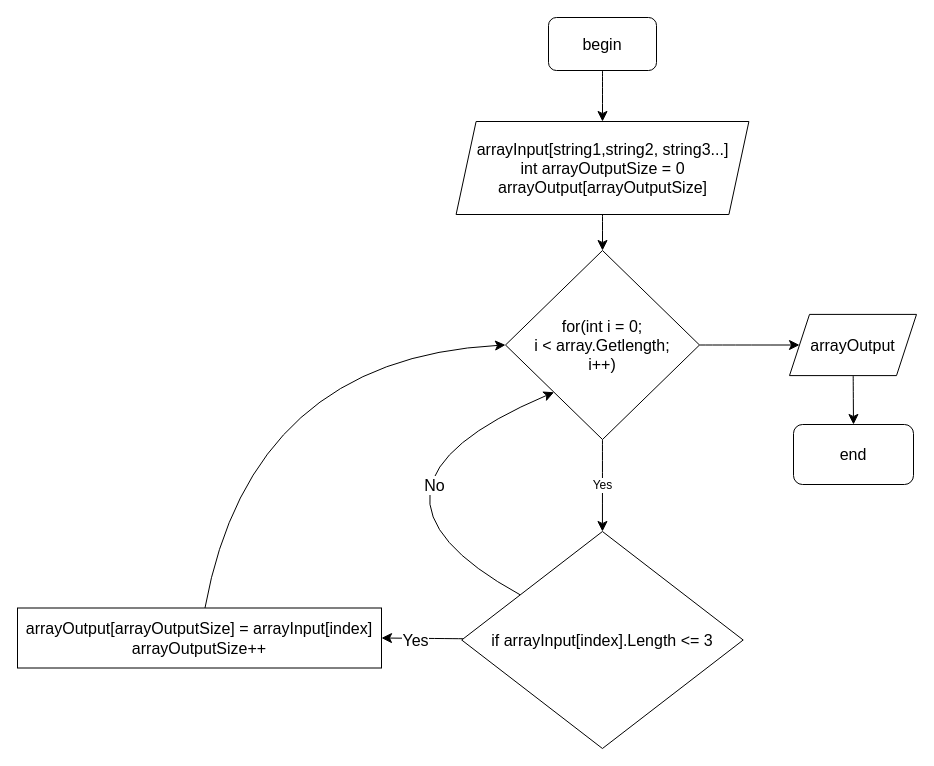
This is diogram.drawio from KochuginKirill/ITOG_work, a draw.io file, before an edit. Source tidied: cells renumbered, new cells numbered last; positions are measured from the earlier drawing's top-left corner, leaving out a move shared by most shapes. Both pictures are drawn from the tidied source at 100%, with x=0, y=0 at pixel (17, 17).
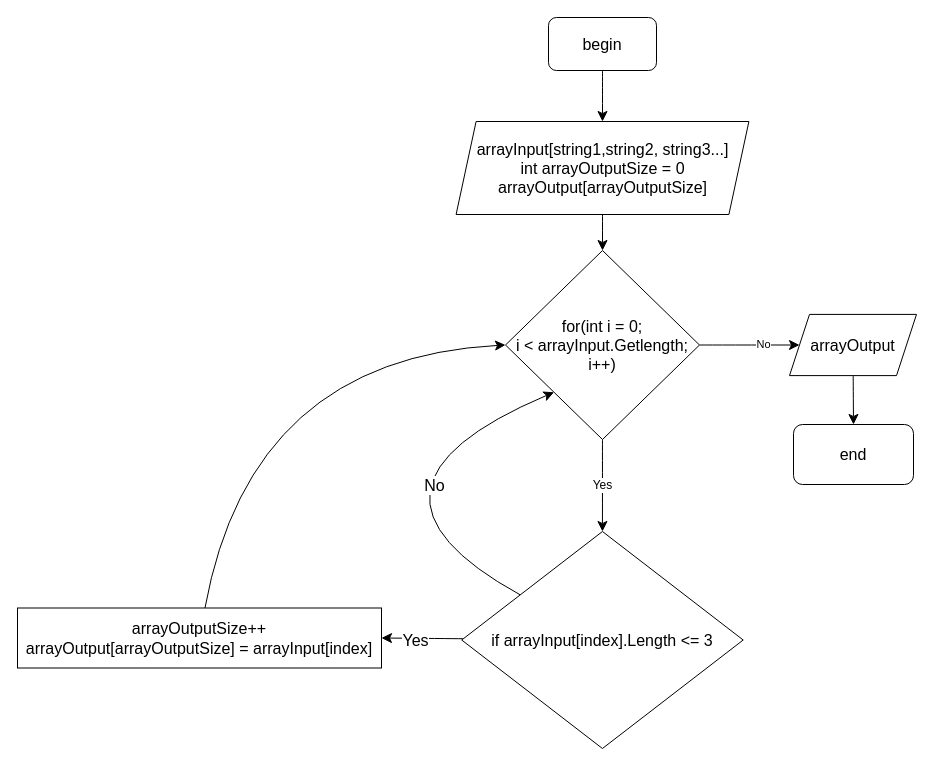
Above is the later version.

Commit message:
diagram corrected

Unchanged cells that the change refers to:
```xml
<mxCell id="7" style="edgeStyle=none;curved=1;rounded=0;jettySize=auto;html=1;entryX=0;entryY=0.5;entryDx=0;entryDy=0;fontSize=12;startSize=8;endSize=8;" parent="1" edge="1" source="8" target="17">
  <mxGeometry relative="1" as="geometry" />
</mxCell>
```

Diff of the diagram source:
```diff
@@
+    <mxCell id="19" value="No" style="edgeLabel;html=1;align=center;verticalAlign=middle;" parent="7" vertex="1">
+      <mxGeometry x="0.26" y="1" relative="1" as="geometry" />
+    </mxCell>
-    <mxCell id="8" value="for(int i = 0;&lt;br&gt;i &amp;lt; array.Getlength;&lt;br&gt;i++)" style="rhombus;whiteSpace=wrap;html=1;fontSize=16;" parent="1" vertex="1">
+    <mxCell id="8" value="for(int i = 0;&lt;br&gt;i &amp;lt; arrayInput.Getlength;&lt;br&gt;i++)" style="rhombus;whiteSpace=wrap;html=1;fontSize=16;" parent="1" vertex="1">
       <mxGeometry x="488" y="233" width="194" height="189" as="geometry" />
     </mxCell>
@@
-    <mxCell id="15" value="arrayOutput[arrayOutputSize] = arrayInput[index]&lt;br&gt;arrayOutputSize++" style="rounded=0;whiteSpace=wrap;html=1;fontSize=16;" parent="1" vertex="1">
+    <mxCell id="15" value="arrayOutputSize++&lt;br&gt;arrayOutput[arrayOutputSize] = arrayInput[index]" style="rounded=0;whiteSpace=wrap;html=1;fontSize=16;" parent="1" vertex="1">
       <mxGeometry y="590.5" width="364" height="60" as="geometry" />
     </mxCell>
```
